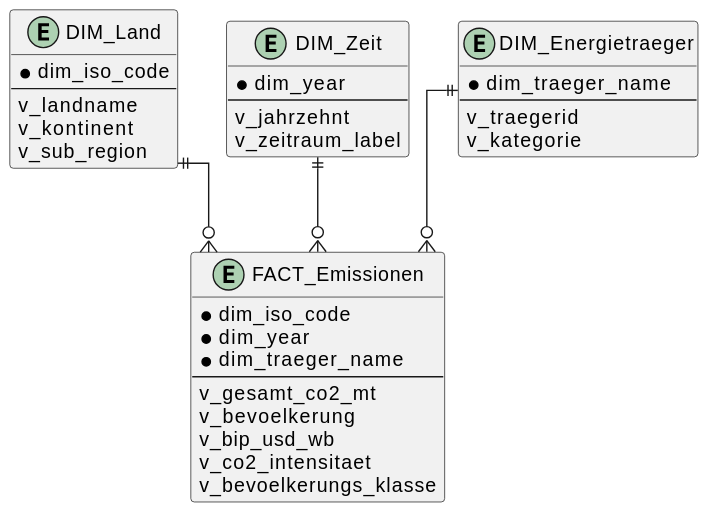
This is PowerBIProject/Images/StarSchema.svg from orhansoftic/dbiBIPower, a PlantUML export, as it was before one commit.
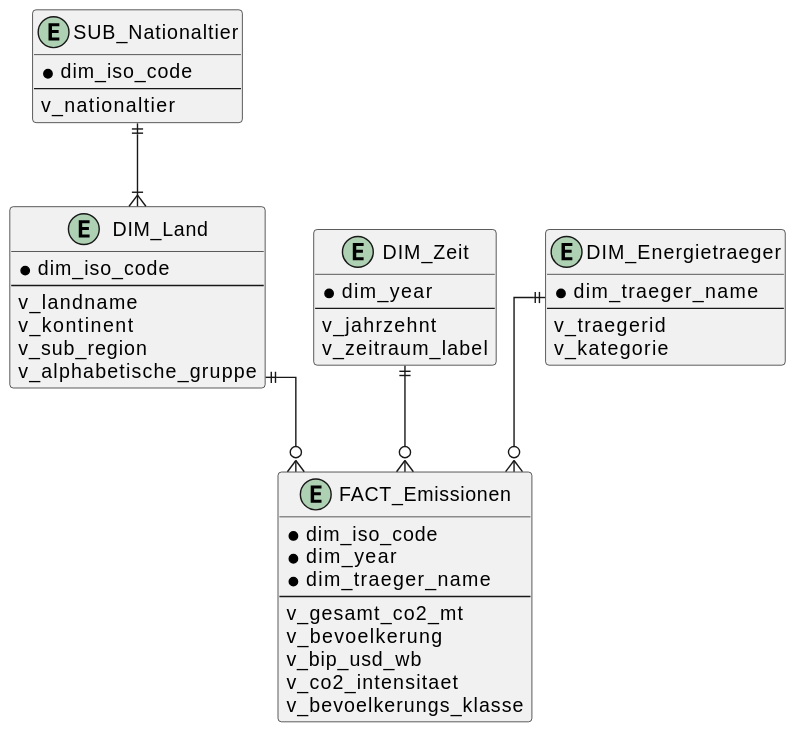
After the commit.

Change to the diagram source:
```diff
@@ -20,6 +20,13 @@
   v_landname
   v_kontinent
   v_sub_region
+  v_alphabetische_gruppe
+}
+
+entity "SUB_Nationaltier" {
+  * dim_iso_code
+  --
+  v_nationaltier
 }
 
 entity "DIM_Zeit" {
@@ -37,6 +44,7 @@
 }
 
 DIM_Land ||--o{ FACT_Emissionen
+SUB_Nationaltier ||--|{ DIM_Land
 DIM_Zeit ||--o{ FACT_Emissionen
 DIM_Energietraeger ||--o{ FACT_Emissionen
 @enduml
```
